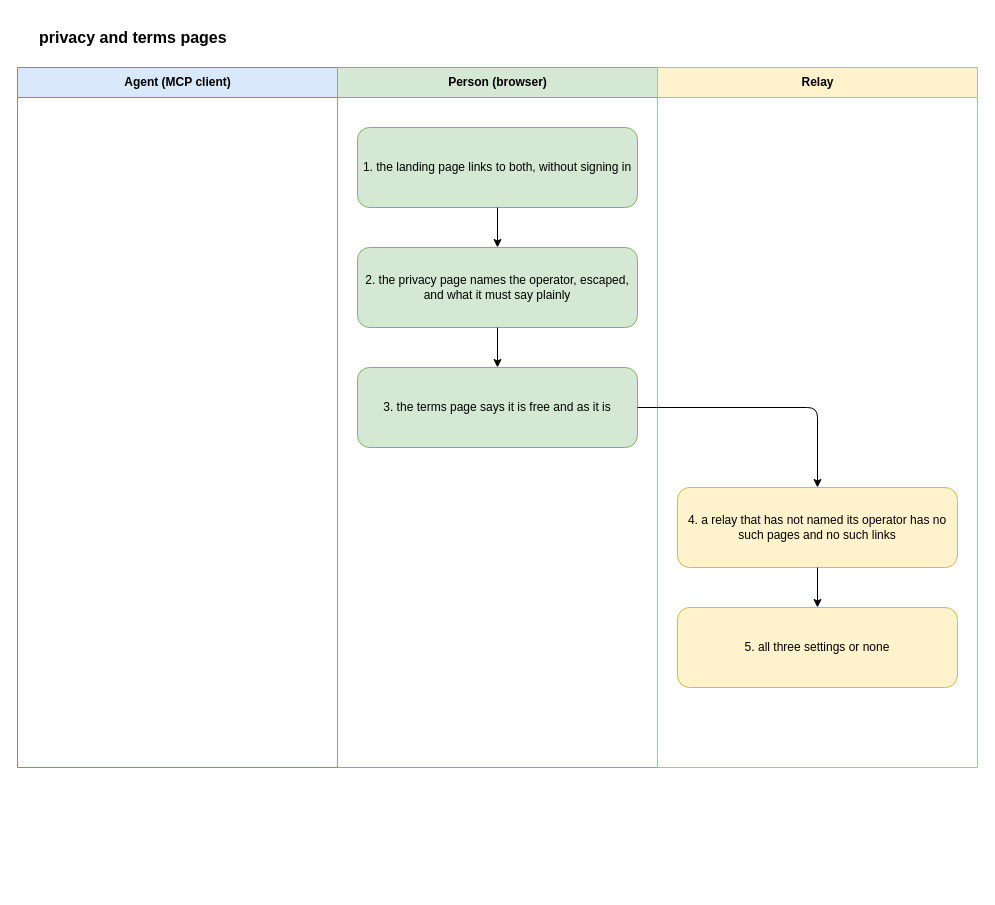
The draw.io diagram docs/flows/legal-pages.drawio in gizemsoylutr/klatsch, before the edit. Source tidied: cells renumbered, new cells numbered last; positions are measured from the earlier drawing's top-left corner, leaving out a move shared by most shapes. Both pictures are drawn from the tidied source at 100%, with x=0, y=0 at pixel (17, 17).
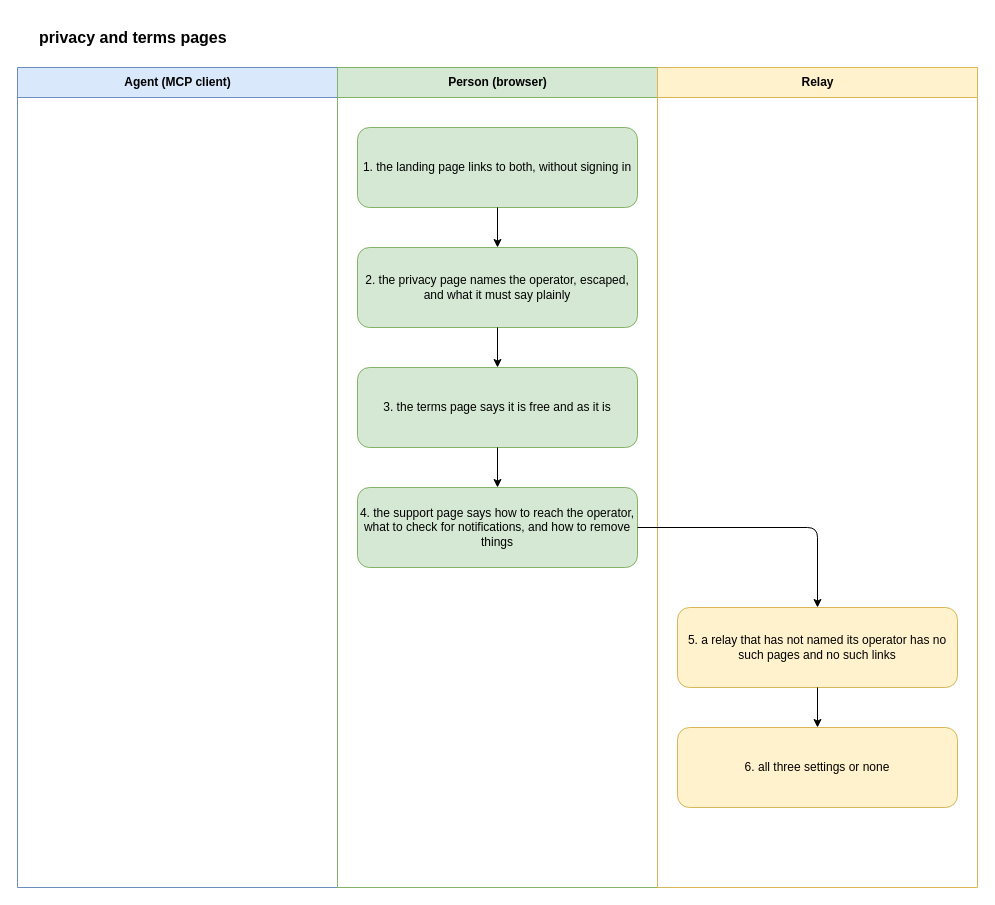
After the change.

Commit message (it also covers changes not shown here):
A support page, and messages in the privacy notice

What changed in the source:
```diff
@@
 <mxGraphModel>
   <root>
     <mxCell id="0" />
     <mxCell id="1" parent="0" />
     <mxCell id="2" value="privacy and terms pages" style="text;html=1;fontSize=16;fontStyle=1;align=left;verticalAlign=middle;whiteSpace=wrap;" parent="1" vertex="1">
       <mxGeometry x="20" width="920" height="40" as="geometry" />
     </mxCell>
     <mxCell id="3" value="Agent (MCP client)" style="swimlane;html=1;startSize=30;fillColor=#dae8fc;strokeColor=#6c8ebf;swimlaneFillColor=none;" parent="1" vertex="1">
-      <mxGeometry y="50" width="320" height="700" as="geometry" />
+      <mxGeometry y="50" width="320" height="820" as="geometry" />
     </mxCell>
     <mxCell id="4" value="Person (browser)" style="swimlane;html=1;startSize=30;fillColor=#d5e8d4;strokeColor=#82b366;swimlaneFillColor=none;" parent="1" vertex="1">
-      <mxGeometry x="320" y="50" width="320" height="700" as="geometry" />
+      <mxGeometry x="320" y="50" width="320" height="820" as="geometry" />
     </mxCell>
     <mxCell id="5" value="Relay" style="swimlane;html=1;startSize=30;fillColor=#fff2cc;strokeColor=#d6b656;swimlaneFillColor=none;" parent="1" vertex="1">
-      <mxGeometry x="640" y="50" width="320" height="700" as="geometry" />
+      <mxGeometry x="640" y="50" width="320" height="820" as="geometry" />
     </mxCell>
     <mxCell id="6" value="1. the landing page links to both, without signing in" style="rounded=1;whiteSpace=wrap;html=1;fillColor=#d5e8d4;strokeColor=#82b366;fontSize=12;" parent="1" vertex="1">
       <mxGeometry x="340" y="110" width="280" height="80" as="geometry" />
     </mxCell>
     <mxCell id="7" value="2. the privacy page names the operator, escaped, and what it must say plainly" style="rounded=1;whiteSpace=wrap;html=1;fillColor=#d5e8d4;strokeColor=#82b366;fontSize=12;" parent="1" vertex="1">
       <mxGeometry x="340" y="230" width="280" height="80" as="geometry" />
     </mxCell>
     <mxCell id="8" style="edgeStyle=orthogonalEdgeStyle;rounded=1;html=1;endArrow=classic;" parent="1" edge="1" source="6" target="7">
       <mxGeometry relative="1" as="geometry" />
     </mxCell>
     <mxCell id="9" value="3. the terms page says it is free and as it is" style="rounded=1;whiteSpace=wrap;html=1;fillColor=#d5e8d4;strokeColor=#82b366;fontSize=12;" parent="1" vertex="1">
       <mxGeometry x="340" y="350" width="280" height="80" as="geometry" />
     </mxCell>
     <mxCell id="10" style="edgeStyle=orthogonalEdgeStyle;rounded=1;html=1;endArrow=classic;" parent="1" edge="1" source="7" target="9">
       <mxGeometry relative="1" as="geometry" />
     </mxCell>
-    <mxCell id="11" value="4. a relay that has not named its operator has no such pages and no such links" style="rounded=1;whiteSpace=wrap;html=1;fillColor=#fff2cc;strokeColor=#d6b656;fontSize=12;" parent="1" vertex="1">
-      <mxGeometry x="660" y="470" width="280" height="80" as="geometry" />
+    <mxCell id="11" value="4. the support page says how to reach the operator, what to check for notifications, and how to remove things" style="rounded=1;whiteSpace=wrap;html=1;fillColor=#d5e8d4;strokeColor=#82b366;fontSize=12;" parent="1" vertex="1">
+      <mxGeometry x="340" y="470" width="280" height="80" as="geometry" />
     </mxCell>
     <mxCell id="12" style="edgeStyle=orthogonalEdgeStyle;rounded=1;html=1;endArrow=classic;" parent="1" edge="1" source="9" target="11">
       <mxGeometry relative="1" as="geometry" />
     </mxCell>
-    <mxCell id="13" value="5. all three settings or none" style="rounded=1;whiteSpace=wrap;html=1;fillColor=#fff2cc;strokeColor=#d6b656;fontSize=12;" parent="1" vertex="1">
+    <mxCell id="13" value="5. a relay that has not named its operator has no such pages and no such links" style="rounded=1;whiteSpace=wrap;html=1;fillColor=#fff2cc;strokeColor=#d6b656;fontSize=12;" parent="1" vertex="1">
       <mxGeometry x="660" y="590" width="280" height="80" as="geometry" />
     </mxCell>
     <mxCell id="14" style="edgeStyle=orthogonalEdgeStyle;rounded=1;html=1;endArrow=classic;" parent="1" edge="1" source="11" target="13">
       <mxGeometry relative="1" as="geometry" />
     </mxCell>
+    <mxCell id="15" value="6. all three settings or none" style="rounded=1;whiteSpace=wrap;html=1;fillColor=#fff2cc;strokeColor=#d6b656;fontSize=12;" parent="1" vertex="1">
+      <mxGeometry x="660" y="710" width="280" height="80" as="geometry" />
+    </mxCell>
+    <mxCell id="16" style="edgeStyle=orthogonalEdgeStyle;rounded=1;html=1;endArrow=classic;" parent="1" edge="1" source="13" target="15">
+      <mxGeometry relative="1" as="geometry" />
+    </mxCell>
   </root>
 </mxGraphModel>
```
